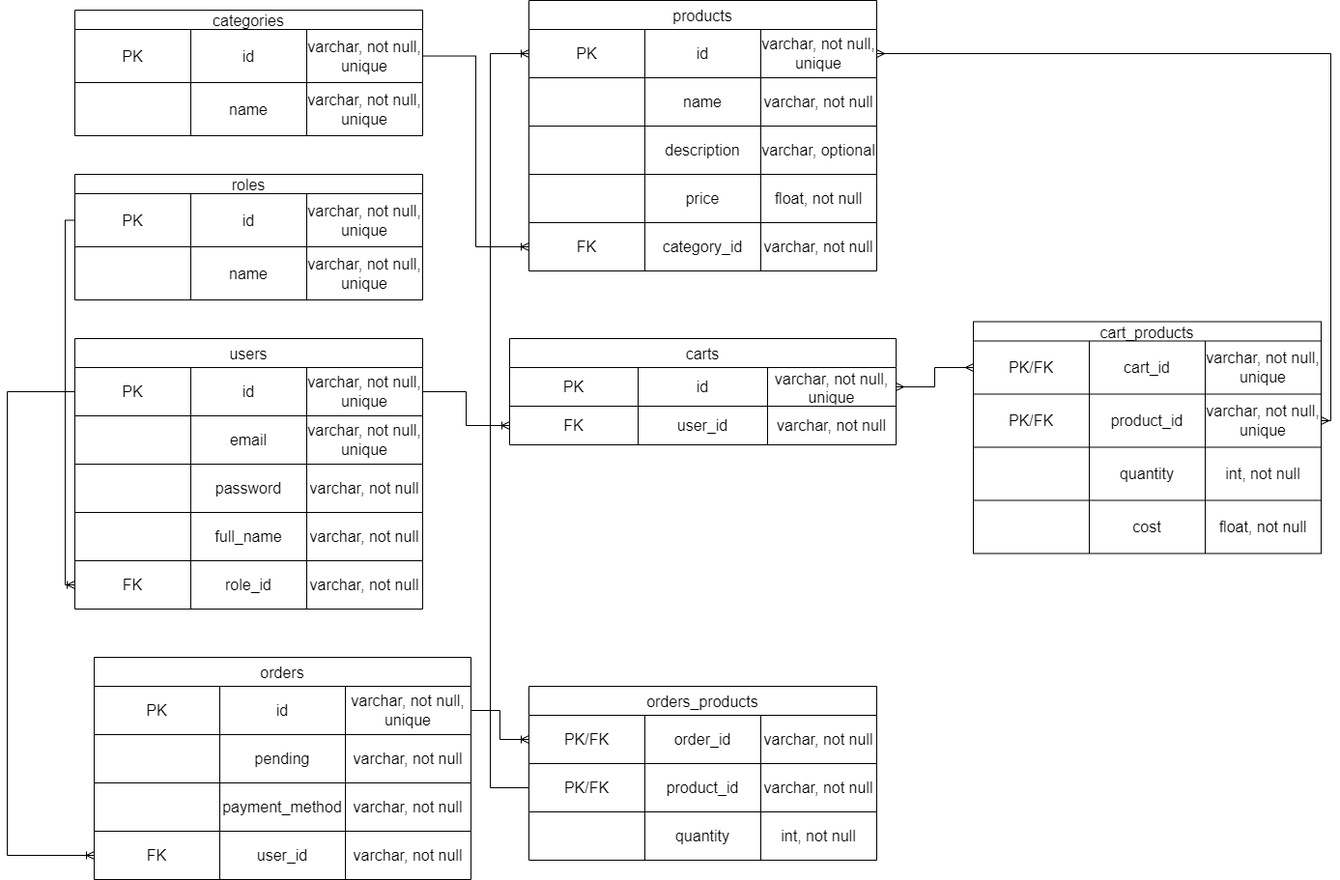
Before: src/main/resources/db/shopERD.png, a diagram exported from draw.io (040824-JAVA-SQL-REST/shop-project-tyler). Source tidied: cells renumbered, new cells last; positions are measured from the earlier drawing's top-left corner, leaving out a move shared by most shapes.
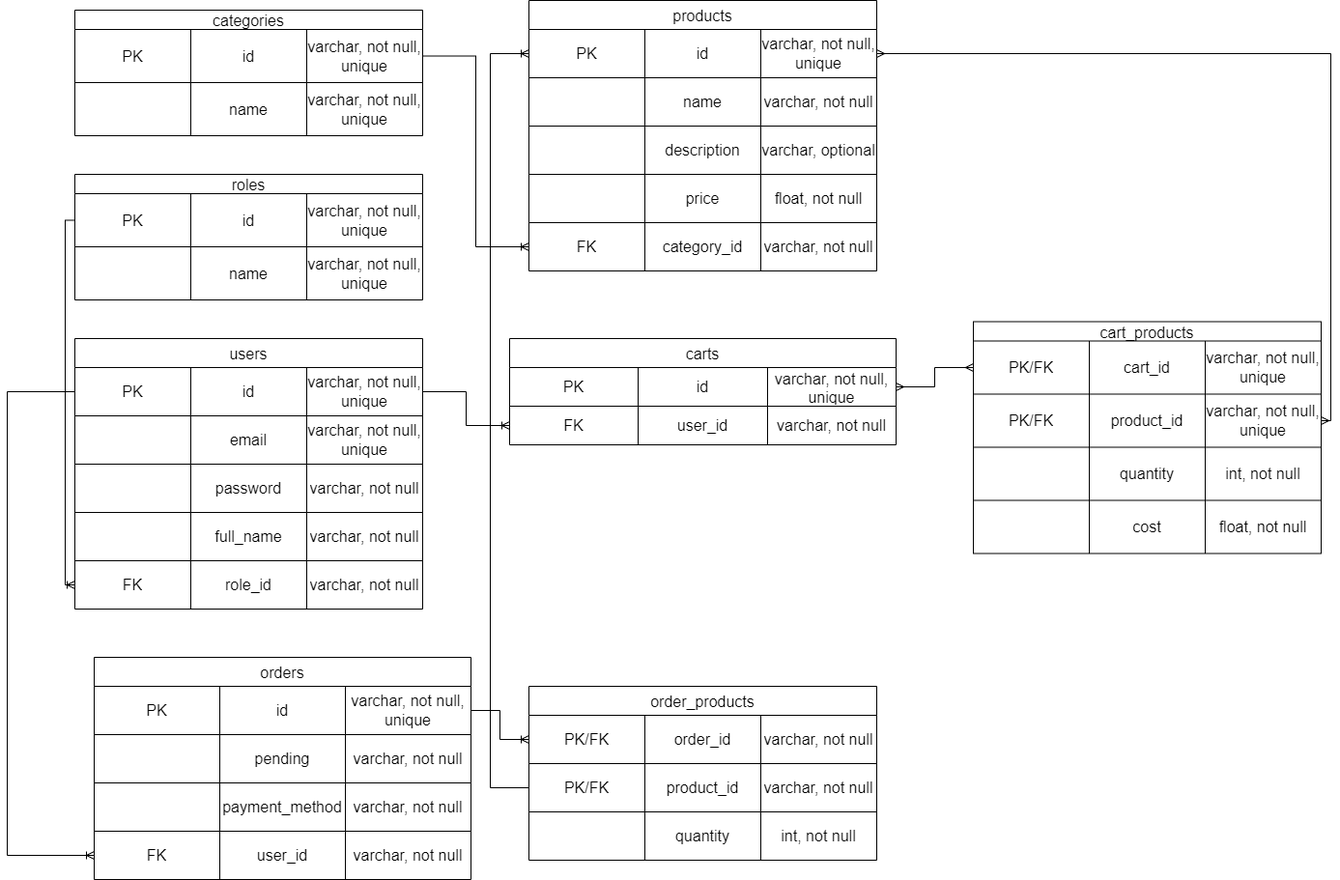
The same file after the commit.

Change to the diagram source:
```diff
@@ -299,7 +299,7 @@
     <mxCell id="100" value="varchar, not null" style="shape=partialRectangle;html=1;whiteSpace=wrap;strokeColor=inherit;overflow=hidden;fillColor=none;top=0;left=0;bottom=0;right=0;fontSize=16;" parent="97" vertex="1">
       <mxGeometry x="260" width="130" height="50" as="geometry" />
     </mxCell>
-    <mxCell id="101" value="orders_products" style="shape=table;startSize=30;strokeColor=default;fontSize=16;" parent="1" vertex="1">
+    <mxCell id="101" value="order_products" style="shape=table;startSize=30;strokeColor=default;fontSize=16;" parent="1" vertex="1">
       <mxGeometry x="540" y="710" width="360" height="180" as="geometry" />
     </mxCell>
     <mxCell id="102" style="shape=tableRow;horizontal=0;startSize=0;swimlaneHead=0;swimlaneBody=0;strokeColor=inherit;top=0;left=0;bottom=0;right=0;fillColor=none;points=[[0,0.5],[1,0.5]];portConstraint=eastwest;fontSize=16;" parent="101" vertex="1">
```
